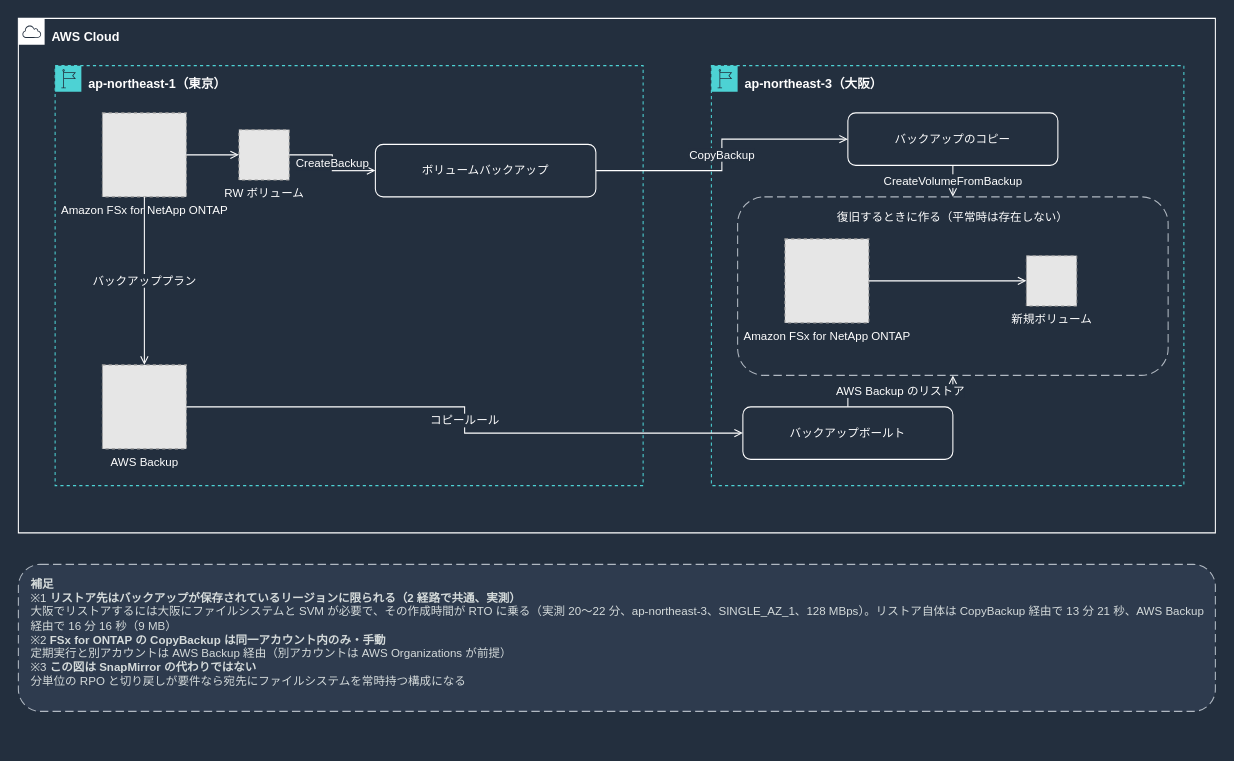
Earlier version of the draw.io diagram docs/_assets/diagrams/backup-copy-cross-region-dark.drawio (Yoshiki0705/FSx-for-ONTAP-Adoption-Playbook). Source tidied: cells renumbered, new cells numbered last; positions are measured from the earlier drawing's top-left corner, leaving out a move shared by most shapes. Both pictures are drawn from the tidied source at 105%, with x=0, y=0 at pixel (18, 18). Pictures stored in the file or linked from it are replaced by grey dashed boxes.
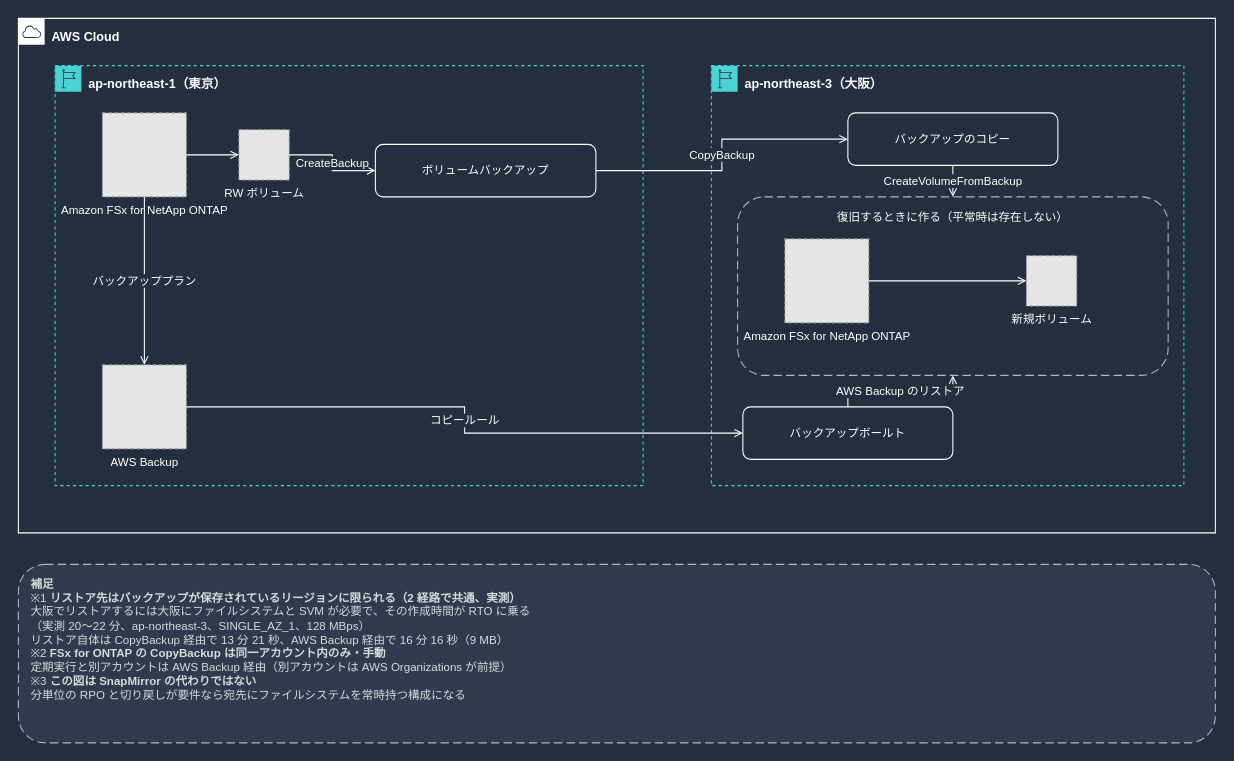
The same page after the edit.

Change to the diagram source:
```diff
@@
-    <mxCell id="22" value="&lt;b&gt;補足&lt;/b&gt;&lt;br&gt;※1 &lt;b&gt;リストア先はバックアップが保存されているリージョンに限られる（2 経路で共通、実測）&lt;/b&gt;&lt;br&gt;大阪でリストアするには大阪にファイルシステムと SVM が必要で、その作成時間が RTO に乗る（実測 20〜22 分、ap-northeast-3、SINGLE_AZ_1、128 MBps）。リストア自体は CopyBackup 経由で 13 分 21 秒、AWS Backup 経由で 16 分 16 秒（9 MB）&lt;br&gt;※2 &lt;b&gt;FSx for ONTAP の CopyBackup は同一アカウント内のみ・手動&lt;/b&gt;&lt;br&gt;定期実行と別アカウントは AWS Backup 経由（別アカウントは AWS Organizations が前提）&lt;br&gt;※3 &lt;b&gt;この図は SnapMirror の代わりではない&lt;/b&gt;&lt;br&gt;分単位の RPO と切り戻しが要件なら宛先にファイルシステムを常時持つ構成になる" style="rounded=1;whiteSpace=wrap;html=1;dashed=1;dashPattern=8 4;strokeColor=#B0B8C1;fillColor=#2E3B4E;fontColor=#D5DBDB;fontSize=11;align=left;verticalAlign=top;spacingLeft=10;spacingTop=6;" parent="1" vertex="1">
-      <mxGeometry y="520" width="1140" height="140" as="geometry" />
+    <mxCell id="22" value="&lt;b&gt;補足&lt;/b&gt;&lt;br&gt;※1 &lt;b&gt;リストア先はバックアップが保存されているリージョンに限られる（2 経路で共通、実測）&lt;/b&gt;&lt;br&gt;大阪でリストアするには大阪にファイルシステムと SVM が必要で、その作成時間が RTO に乗る&lt;br&gt;（実測 20〜22 分、ap-northeast-3、SINGLE_AZ_1、128 MBps）&lt;br&gt;リストア自体は CopyBackup 経由で 13 分 21 秒、AWS Backup 経由で 16 分 16 秒（9 MB）&lt;br&gt;※2 &lt;b&gt;FSx for ONTAP の CopyBackup は同一アカウント内のみ・手動&lt;/b&gt;&lt;br&gt;定期実行と別アカウントは AWS Backup 経由（別アカウントは AWS Organizations が前提）&lt;br&gt;※3 &lt;b&gt;この図は SnapMirror の代わりではない&lt;/b&gt;&lt;br&gt;分単位の RPO と切り戻しが要件なら宛先にファイルシステムを常時持つ構成になる" style="rounded=1;whiteSpace=wrap;html=1;dashed=1;dashPattern=8 4;strokeColor=#B0B8C1;fillColor=#2E3B4E;fontColor=#D5DBDB;fontSize=11;align=left;verticalAlign=top;spacingLeft=10;spacingTop=6;" parent="1" vertex="1">
+      <mxGeometry y="520" width="1140" height="170" as="geometry" />
     </mxCell>
```
